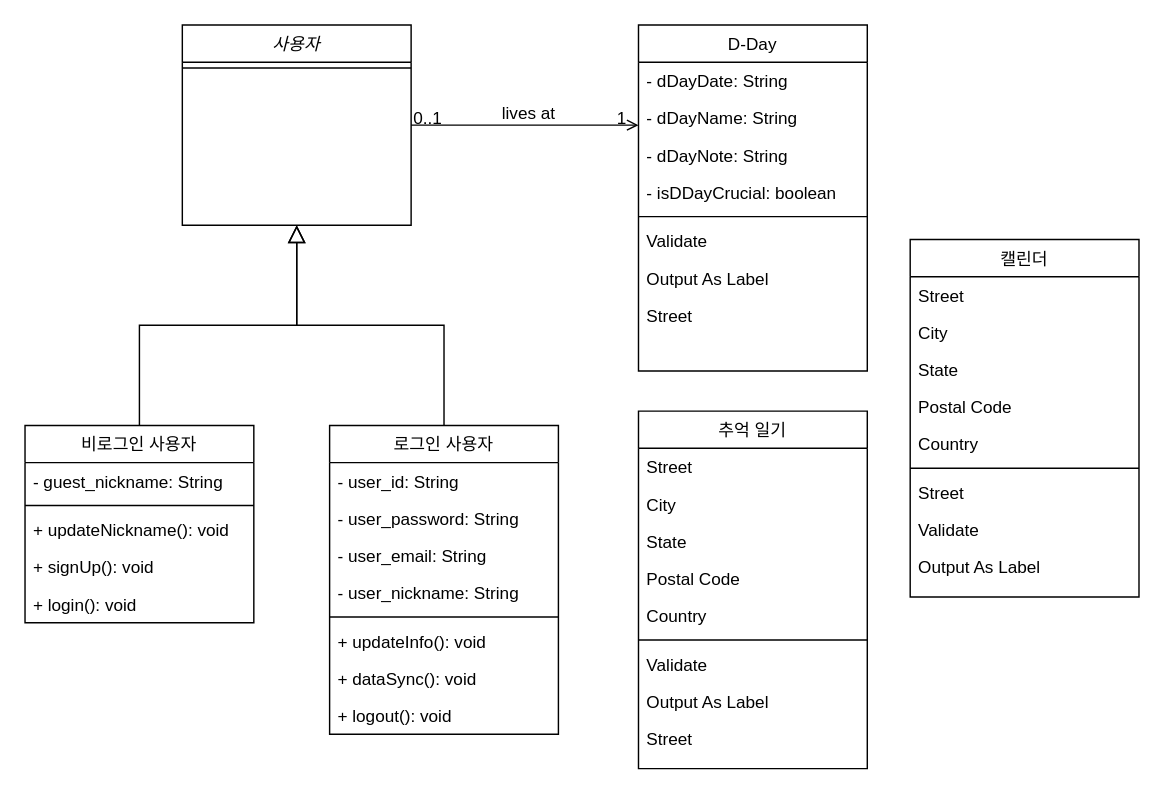
Before: class diagram.drawio in baechuTree/softwareEngineering, a draw.io diagram. Source tidied: cells renumbered, new cells numbered last; positions are measured from the earlier drawing's top-left corner, leaving out a move shared by most shapes. Both pictures are drawn from the tidied source at 143%, with x=0, y=0 at pixel (24, 24).
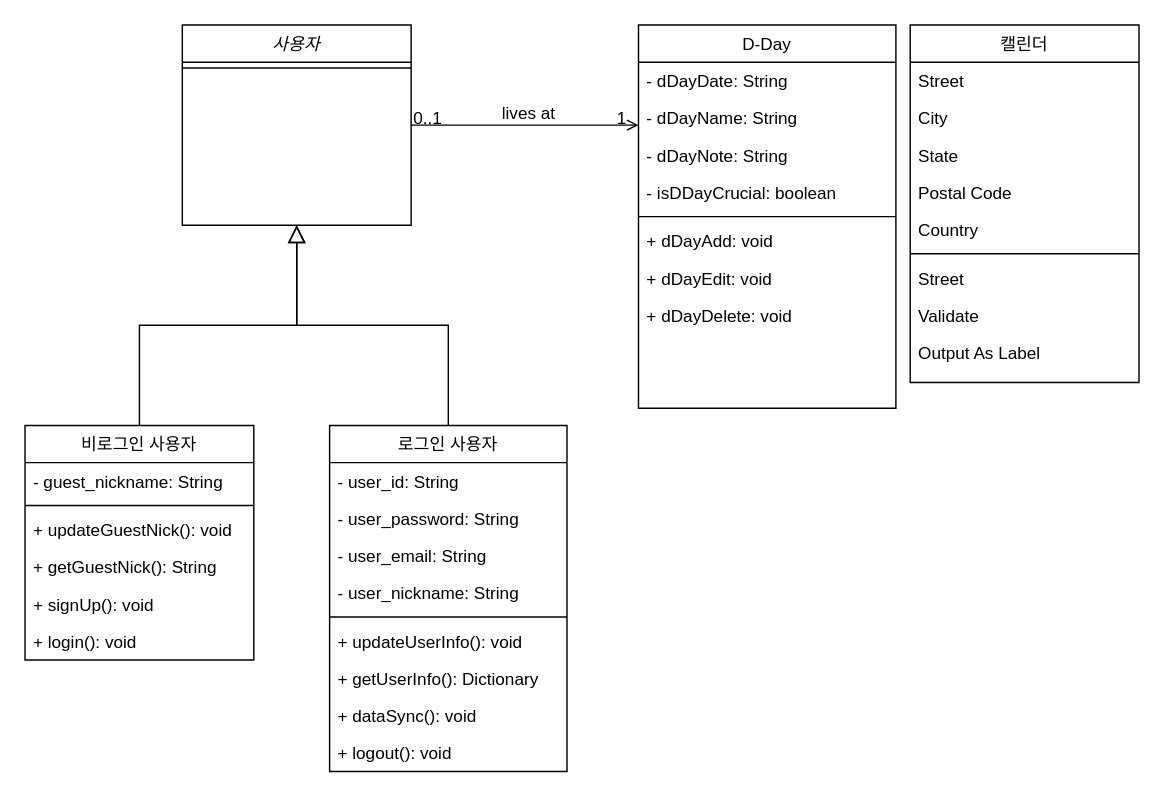
The same page after the edit.

Diff of the diagram source:
```diff
@@
     <mxCell id="4" value="비로그인 사용자" style="swimlane;fontStyle=0;align=center;verticalAlign=top;horizontal=1;startSize=26;rounded=0;shadow=0;strokeWidth=1;" parent="1" vertex="1">
-      <mxGeometry y="280" width="160" height="138" as="geometry" />
+      <mxGeometry y="280" width="160" height="164" as="geometry" />
     </mxCell>
@@
+    <mxCell id="57" value="+ updateGuestNick(): void" style="text;align=left;verticalAlign=top;spacingLeft=4;spacingRight=4;overflow=hidden;fontStyle=0;" parent="4" vertex="1">
+      <mxGeometry y="60" width="160" height="26" as="geometry" />
+    </mxCell>
-    <mxCell id="7" value="+ updateNickname(): void" style="text;align=left;verticalAlign=top;spacingLeft=4;spacingRight=4;overflow=hidden;fontStyle=0;" parent="4" vertex="1">
-      <mxGeometry y="60" width="160" height="26" as="geometry" />
+    <mxCell id="7" value="+ getGuestNick(): String" style="text;align=left;verticalAlign=top;spacingLeft=4;spacingRight=4;overflow=hidden;fontStyle=0;" parent="4" vertex="1">
+      <mxGeometry y="86" width="160" height="26" as="geometry" />
     </mxCell>
     <mxCell id="8" value="+ signUp(): void" style="text;align=left;verticalAlign=top;spacingLeft=4;spacingRight=4;overflow=hidden;fontStyle=0;" parent="4" vertex="1">
-      <mxGeometry y="86" width="160" height="26" as="geometry" />
+      <mxGeometry y="112" width="160" height="26" as="geometry" />
     </mxCell>
     <mxCell id="9" value="+ login(): void" style="text;align=left;verticalAlign=top;spacingLeft=4;spacingRight=4;overflow=hidden;fontStyle=0;" parent="4" vertex="1">
-      <mxGeometry y="112" width="160" height="26" as="geometry" />
+      <mxGeometry y="138" width="160" height="26" as="geometry" />
     </mxCell>
@@
     <mxCell id="11" value="로그인 사용자" style="swimlane;fontStyle=0;align=center;verticalAlign=top;horizontal=1;startSize=26;rounded=0;shadow=0;strokeWidth=1;" parent="1" vertex="1">
-      <mxGeometry x="213" y="280" width="160" height="216" as="geometry" />
+      <mxGeometry x="213" y="280" width="166" height="242" as="geometry" />
     </mxCell>
     <mxCell id="12" value="- user_id: String" style="text;align=left;verticalAlign=top;spacingLeft=4;spacingRight=4;overflow=hidden;" parent="11" vertex="1">
-      <mxGeometry y="26" width="160" height="26" as="geometry" />
+      <mxGeometry y="26" width="166" height="26" as="geometry" />
     </mxCell>
     <mxCell id="13" value="- user_password: String" style="text;align=left;verticalAlign=top;spacingLeft=4;spacingRight=4;overflow=hidden;" parent="11" vertex="1">
-      <mxGeometry y="52" width="160" height="26" as="geometry" />
+      <mxGeometry y="52" width="166" height="26" as="geometry" />
     </mxCell>
     <mxCell id="14" value="- user_email: String" style="text;align=left;verticalAlign=top;spacingLeft=4;spacingRight=4;overflow=hidden;" parent="11" vertex="1">
-      <mxGeometry y="78" width="160" height="26" as="geometry" />
+      <mxGeometry y="78" width="166" height="26" as="geometry" />
     </mxCell>
     <mxCell id="15" value="- user_nickname: String" style="text;align=left;verticalAlign=top;spacingLeft=4;spacingRight=4;overflow=hidden;" parent="11" vertex="1">
-      <mxGeometry y="104" width="160" height="26" as="geometry" />
+      <mxGeometry y="104" width="166" height="26" as="geometry" />
     </mxCell>
     <mxCell id="16" style="line;html=1;strokeWidth=1;align=left;verticalAlign=middle;spacingTop=-1;spacingLeft=3;spacingRight=3;labelPosition=right;" parent="11" vertex="1">
-      <mxGeometry y="130" width="160" height="8" as="geometry" />
+      <mxGeometry y="130" width="166" height="8" as="geometry" />
     </mxCell>
-    <mxCell id="17" value="+ updateInfo(): void" style="text;align=left;verticalAlign=top;spacingLeft=4;spacingRight=4;overflow=hidden;fontStyle=0;" parent="11" vertex="1">
-      <mxGeometry y="138" width="160" height="26" as="geometry" />
+    <mxCell id="17" value="+ updateUserInfo(): void" style="text;align=left;verticalAlign=top;spacingLeft=4;spacingRight=4;overflow=hidden;fontStyle=0;" parent="11" vertex="1">
+      <mxGeometry y="138" width="166" height="26" as="geometry" />
     </mxCell>
+    <mxCell id="58" value="+ getUserInfo(): Dictionary" style="text;align=left;verticalAlign=top;spacingLeft=4;spacingRight=4;overflow=hidden;fontStyle=0;" parent="11" vertex="1">
+      <mxGeometry y="164" width="166" height="26" as="geometry" />
+    </mxCell>
     <mxCell id="18" value="+ dataSync(): void" style="text;align=left;verticalAlign=top;spacingLeft=4;spacingRight=4;overflow=hidden;fontStyle=0;" parent="11" vertex="1">
-      <mxGeometry y="164" width="160" height="26" as="geometry" />
+      <mxGeometry y="190" width="166" height="26" as="geometry" />
     </mxCell>
     <mxCell id="19" value="+ logout(): void" style="text;align=left;verticalAlign=top;spacingLeft=4;spacingRight=4;overflow=hidden;fontStyle=0;" parent="11" vertex="1">
-      <mxGeometry y="190" width="160" height="26" as="geometry" />
+      <mxGeometry y="216" width="166" height="26" as="geometry" />
     </mxCell>
@@
     <mxCell id="21" value="D-Day" style="swimlane;fontStyle=0;align=center;verticalAlign=top;horizontal=1;startSize=26;rounded=0;shadow=0;strokeWidth=1;" parent="1" vertex="1">
-      <mxGeometry x="429" width="160" height="242" as="geometry" />
+      <mxGeometry x="429" width="180" height="268" as="geometry" />
     </mxCell>
     <mxCell id="22" value="- dDayDate: String" style="text;align=left;verticalAlign=top;spacingLeft=4;spacingRight=4;overflow=hidden;" parent="21" vertex="1">
-      <mxGeometry y="26" width="160" height="26" as="geometry" />
+      <mxGeometry y="26" width="180" height="26" as="geometry" />
     </mxCell>
     <mxCell id="23" value="- dDayName: String" style="text;align=left;verticalAlign=top;spacingLeft=4;spacingRight=4;overflow=hidden;rounded=0;shadow=0;html=0;" parent="21" vertex="1">
-      <mxGeometry y="52" width="160" height="26" as="geometry" />
+      <mxGeometry y="52" width="180" height="26" as="geometry" />
     </mxCell>
     <mxCell id="24" value="- dDayNote: String" style="text;align=left;verticalAlign=top;spacingLeft=4;spacingRight=4;overflow=hidden;rounded=0;shadow=0;html=0;" parent="21" vertex="1">
-      <mxGeometry y="78" width="160" height="26" as="geometry" />
+      <mxGeometry y="78" width="180" height="26" as="geometry" />
     </mxCell>
     <mxCell id="25" value="- isDDayCrucial: boolean" style="text;align=left;verticalAlign=top;spacingLeft=4;spacingRight=4;overflow=hidden;rounded=0;shadow=0;html=0;" parent="21" vertex="1">
-      <mxGeometry y="104" width="160" height="26" as="geometry" />
+      <mxGeometry y="104" width="180" height="26" as="geometry" />
     </mxCell>
     <mxCell id="26" style="line;html=1;strokeWidth=1;align=left;verticalAlign=middle;spacingTop=-1;spacingLeft=3;spacingRight=3;labelPosition=right;" parent="21" vertex="1">
-      <mxGeometry y="130" width="160" height="8" as="geometry" />
+      <mxGeometry y="130" width="180" height="8" as="geometry" />
     </mxCell>
-    <mxCell id="27" value="Validate" style="text;align=left;verticalAlign=top;spacingLeft=4;spacingRight=4;overflow=hidden;" parent="21" vertex="1">
-      <mxGeometry y="138" width="160" height="26" as="geometry" />
+    <mxCell id="27" value="+ dDayAdd: void" style="text;align=left;verticalAlign=top;spacingLeft=4;spacingRight=4;overflow=hidden;" parent="21" vertex="1">
+      <mxGeometry y="138" width="180" height="26" as="geometry" />
     </mxCell>
-    <mxCell id="28" value="Output As Label" style="text;align=left;verticalAlign=top;spacingLeft=4;spacingRight=4;overflow=hidden;points=[[0,0.5],[1,0.5]];portConstraint=eastwest;" parent="21" vertex="1">
-      <mxGeometry y="164" width="160" height="26" as="geometry" />
+    <mxCell id="28" value="+ dDayEdit: void" style="text;align=left;verticalAlign=top;spacingLeft=4;spacingRight=4;overflow=hidden;points=[[0,0.5],[1,0.5]];portConstraint=eastwest;" parent="21" vertex="1">
+      <mxGeometry y="164" width="180" height="26" as="geometry" />
     </mxCell>
-    <mxCell id="29" value="Street" style="text;align=left;verticalAlign=top;spacingLeft=4;spacingRight=4;overflow=hidden;" parent="21" vertex="1">
-      <mxGeometry y="190" width="160" height="26" as="geometry" />
-    </mxCell>
+    <mxCell id="59" value="+ dDayDelete: void" style="text;align=left;verticalAlign=top;spacingLeft=4;spacingRight=4;overflow=hidden;" parent="21" vertex="1">
+      <mxGeometry y="190" width="180" height="26" as="geometry" />
+    </mxCell>
@@
-    <mxCell id="35" value="추억 일기" style="swimlane;fontStyle=0;align=center;verticalAlign=top;horizontal=1;startSize=26;rounded=0;shadow=0;strokeWidth=1;" parent="1" vertex="1">
-      <mxGeometry x="429" y="270" width="160" height="250" as="geometry" />
-    </mxCell>
-    <mxCell id="36" value="Street" style="text;align=left;verticalAlign=top;spacingLeft=4;spacingRight=4;overflow=hidden;" parent="35" vertex="1">
-      <mxGeometry y="26" width="160" height="26" as="geometry" />
-    </mxCell>
-    <mxCell id="37" value="City" style="text;align=left;verticalAlign=top;spacingLeft=4;spacingRight=4;overflow=hidden;rounded=0;shadow=0;html=0;" parent="35" vertex="1">
-      <mxGeometry y="52" width="160" height="26" as="geometry" />
-    </mxCell>
-    <mxCell id="38" value="State" style="text;align=left;verticalAlign=top;spacingLeft=4;spacingRight=4;overflow=hidden;rounded=0;shadow=0;html=0;" parent="35" vertex="1">
-      <mxGeometry y="78" width="160" height="26" as="geometry" />
-    </mxCell>
-    <mxCell id="39" value="Postal Code" style="text;align=left;verticalAlign=top;spacingLeft=4;spacingRight=4;overflow=hidden;rounded=0;shadow=0;html=0;" parent="35" vertex="1">
-      <mxGeometry y="104" width="160" height="26" as="geometry" />
-    </mxCell>
-    <mxCell id="40" value="Country" style="text;align=left;verticalAlign=top;spacingLeft=4;spacingRight=4;overflow=hidden;rounded=0;shadow=0;html=0;" parent="35" vertex="1">
-      <mxGeometry y="130" width="160" height="26" as="geometry" />
-    </mxCell>
-    <mxCell id="41" style="line;html=1;strokeWidth=1;align=left;verticalAlign=middle;spacingTop=-1;spacingLeft=3;spacingRight=3;labelPosition=right;" parent="35" vertex="1">
-      <mxGeometry y="156" width="160" height="8" as="geometry" />
-    </mxCell>
-    <mxCell id="42" value="Validate" style="text;align=left;verticalAlign=top;spacingLeft=4;spacingRight=4;overflow=hidden;" parent="35" vertex="1">
-      <mxGeometry y="164" width="160" height="26" as="geometry" />
-    </mxCell>
-    <mxCell id="43" value="Output As Label" style="text;align=left;verticalAlign=top;spacingLeft=4;spacingRight=4;overflow=hidden;points=[[0,0.5],[1,0.5]];portConstraint=eastwest;" parent="35" vertex="1">
-      <mxGeometry y="190" width="160" height="26" as="geometry" />
-    </mxCell>
-    <mxCell id="44" value="Street" style="text;align=left;verticalAlign=top;spacingLeft=4;spacingRight=4;overflow=hidden;" parent="35" vertex="1">
-      <mxGeometry y="216" width="160" height="26" as="geometry" />
-    </mxCell>
-    <mxCell id="45" style="edgeStyle=none;curved=1;rounded=0;orthogonalLoop=1;jettySize=auto;html=1;exitX=0;exitY=0.5;exitDx=0;exitDy=0;fontSize=12;startSize=8;endSize=8;" parent="35" edge="1" source="43" target="43">
-      <mxGeometry relative="1" as="geometry" />
-    </mxCell>
     <mxCell id="46" value="캘린더" style="swimlane;fontStyle=0;align=center;verticalAlign=top;horizontal=1;startSize=26;rounded=0;shadow=0;strokeWidth=1;" parent="1" vertex="1">
-      <mxGeometry x="619" y="150" width="160" height="250" as="geometry" />
+      <mxGeometry x="619" width="160" height="250" as="geometry" />
     </mxCell>
```
